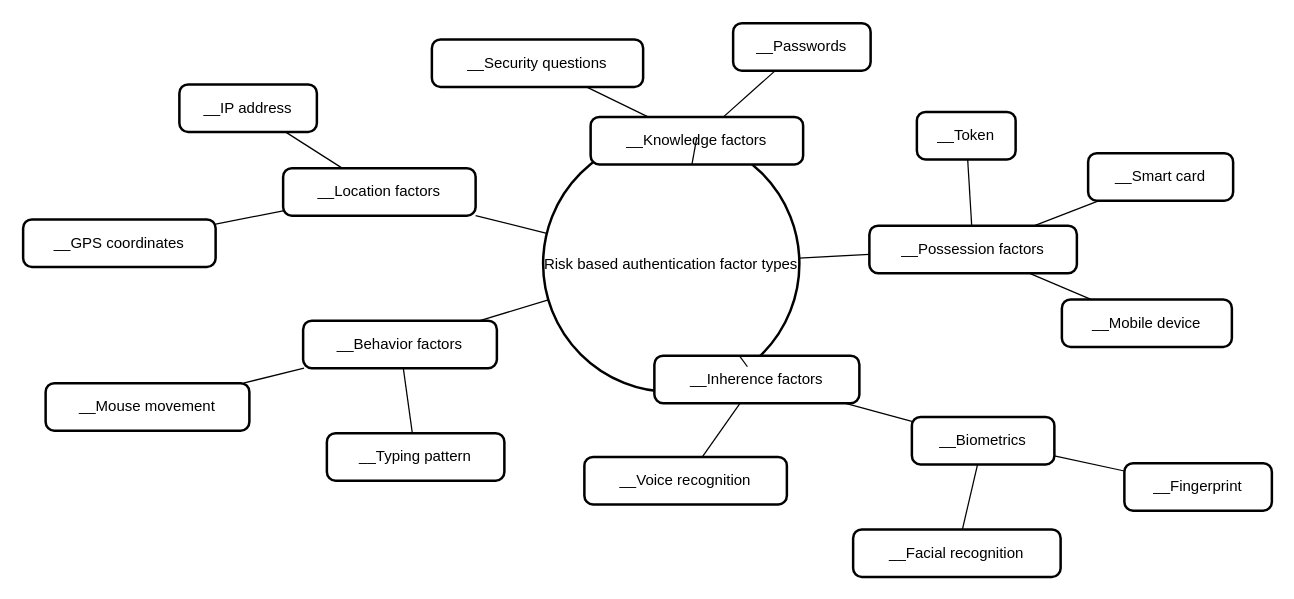
The draw.io diagram AthenticationFactors.drawio in James-Tye/james-tye, before the edit. Source tidied: cells renumbered, new cells numbered last; positions are measured from the earlier drawing's top-left corner, leaving out a move shared by most shapes. Both pictures are drawn from the tidied source at 125%, with x=0, y=0 at pixel (22, 22).
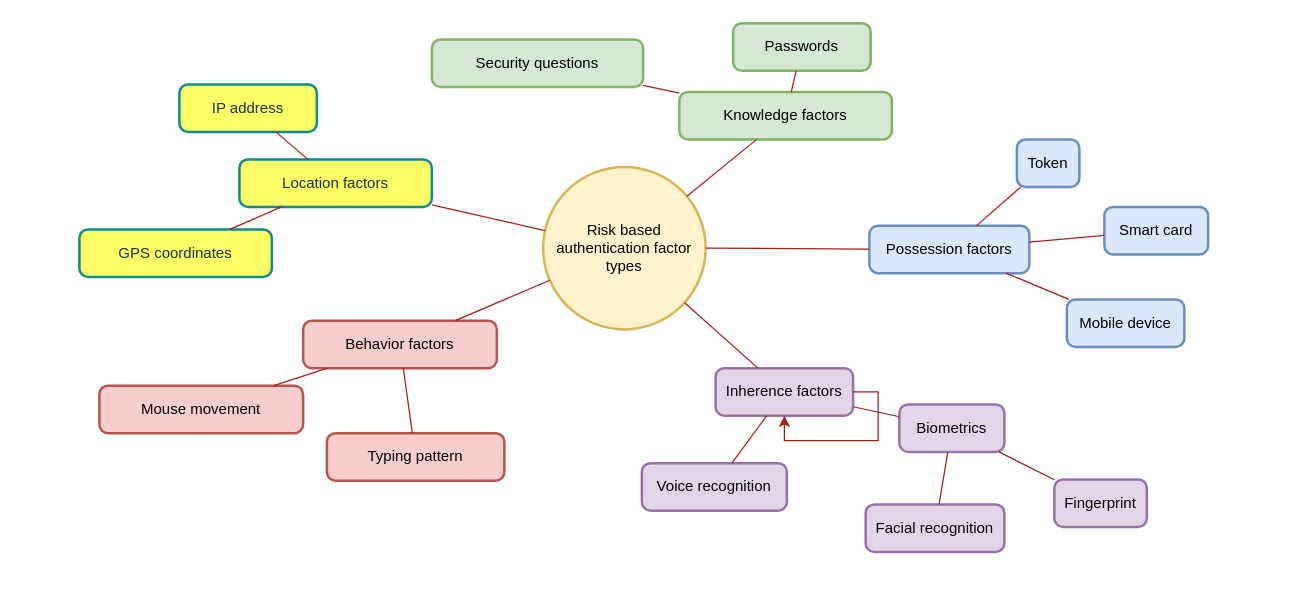
The same page after the edit.

What changed in the source:
```diff
@@
-    <mxCell id="2" value="Risk based authentication factor types" style="ellipse;strokeWidth=2;whiteSpace=wrap;" parent="1" vertex="1">
-      <mxGeometry x="416" y="90" width="205" height="205" as="geometry" />
+    <mxCell id="2" value="Risk based authentication factor types" style="ellipse;strokeWidth=2;whiteSpace=wrap;labelBackgroundColor=none;fillColor=#fff2cc;strokeColor=#d6b656;" parent="1" vertex="1">
+      <mxGeometry x="416" y="115" width="130" height="130" as="geometry" />
     </mxCell>
-    <mxCell id="3" value="__Knowledge factors" style="rounded=1;absoluteArcSize=1;arcSize=14;whiteSpace=wrap;strokeWidth=2;" parent="1" vertex="1">
-      <mxGeometry x="454" y="75" width="170" height="38" as="geometry" />
+    <mxCell id="3" value="Knowledge factors" style="rounded=1;absoluteArcSize=1;arcSize=14;whiteSpace=wrap;strokeWidth=2;labelBackgroundColor=none;fillColor=#d5e8d4;strokeColor=#82b366;" parent="1" vertex="1">
+      <mxGeometry x="525" y="55" width="170" height="38" as="geometry" />
     </mxCell>
-    <mxCell id="4" value="__Passwords" style="rounded=1;absoluteArcSize=1;arcSize=14;whiteSpace=wrap;strokeWidth=2;" parent="1" vertex="1">
+    <mxCell id="4" value="Passwords" style="rounded=1;absoluteArcSize=1;arcSize=14;whiteSpace=wrap;strokeWidth=2;labelBackgroundColor=none;fillColor=#d5e8d4;strokeColor=#82b366;" parent="1" vertex="1">
       <mxGeometry x="568" width="110" height="38" as="geometry" />
     </mxCell>
-    <mxCell id="5" value="__Security questions" style="rounded=1;absoluteArcSize=1;arcSize=14;whiteSpace=wrap;strokeWidth=2;" parent="1" vertex="1">
+    <mxCell id="5" value="Security questions" style="rounded=1;absoluteArcSize=1;arcSize=14;whiteSpace=wrap;strokeWidth=2;labelBackgroundColor=none;fillColor=#d5e8d4;strokeColor=#82b366;" parent="1" vertex="1">
       <mxGeometry x="327" y="13" width="169" height="38" as="geometry" />
     </mxCell>
-    <mxCell id="6" value="__Possession factors" style="rounded=1;absoluteArcSize=1;arcSize=14;whiteSpace=wrap;strokeWidth=2;" parent="1" vertex="1">
-      <mxGeometry x="677" y="162" width="166" height="38" as="geometry" />
+    <mxCell id="6" value="Possession factors" style="rounded=1;absoluteArcSize=1;arcSize=14;whiteSpace=wrap;strokeWidth=2;labelBackgroundColor=none;fillColor=#dae8fc;strokeColor=#6c8ebf;" parent="1" vertex="1">
+      <mxGeometry x="677" y="162" width="128" height="38" as="geometry" />
     </mxCell>
-    <mxCell id="7" value="__Smart card" style="rounded=1;absoluteArcSize=1;arcSize=14;whiteSpace=wrap;strokeWidth=2;" parent="1" vertex="1">
-      <mxGeometry x="852" y="104" width="116" height="38" as="geometry" />
+    <mxCell id="7" value="Smart card" style="rounded=1;absoluteArcSize=1;arcSize=14;whiteSpace=wrap;strokeWidth=2;labelBackgroundColor=none;fillColor=#dae8fc;strokeColor=#6c8ebf;" parent="1" vertex="1">
+      <mxGeometry x="865" y="147" width="83" height="38" as="geometry" />
     </mxCell>
-    <mxCell id="8" value="__Token" style="rounded=1;absoluteArcSize=1;arcSize=14;whiteSpace=wrap;strokeWidth=2;" parent="1" vertex="1">
-      <mxGeometry x="715" y="71" width="79" height="38" as="geometry" />
+    <mxCell id="8" value="Token" style="rounded=1;absoluteArcSize=1;arcSize=14;whiteSpace=wrap;strokeWidth=2;labelBackgroundColor=none;fillColor=#dae8fc;strokeColor=#6c8ebf;" parent="1" vertex="1">
+      <mxGeometry x="795" y="93" width="50" height="38" as="geometry" />
     </mxCell>
-    <mxCell id="9" value="__Mobile device" style="rounded=1;absoluteArcSize=1;arcSize=14;whiteSpace=wrap;strokeWidth=2;" parent="1" vertex="1">
-      <mxGeometry x="831" y="221" width="136" height="38" as="geometry" />
+    <mxCell id="9" value="Mobile device" style="rounded=1;absoluteArcSize=1;arcSize=14;whiteSpace=wrap;strokeWidth=2;labelBackgroundColor=none;fillColor=#dae8fc;strokeColor=#6c8ebf;" parent="1" vertex="1">
+      <mxGeometry x="835" y="221" width="94" height="38" as="geometry" />
     </mxCell>
-    <mxCell id="10" value="__Inherence factors" style="rounded=1;absoluteArcSize=1;arcSize=14;whiteSpace=wrap;strokeWidth=2;" parent="1" vertex="1">
-      <mxGeometry x="505" y="266" width="164" height="38" as="geometry" />
+    <mxCell id="10" value="Inherence factors" style="rounded=1;absoluteArcSize=1;arcSize=14;whiteSpace=wrap;strokeWidth=2;labelBackgroundColor=none;fillColor=#e1d5e7;strokeColor=#9673a6;" parent="1" vertex="1">
+      <mxGeometry x="554" y="276" width="110" height="38" as="geometry" />
     </mxCell>
-    <mxCell id="11" value="__Biometrics" style="rounded=1;absoluteArcSize=1;arcSize=14;whiteSpace=wrap;strokeWidth=2;" parent="1" vertex="1">
-      <mxGeometry x="711" y="315" width="114" height="38" as="geometry" />
+    <mxCell id="11" value="Biometrics" style="rounded=1;absoluteArcSize=1;arcSize=14;whiteSpace=wrap;strokeWidth=2;labelBackgroundColor=none;fillColor=#e1d5e7;strokeColor=#9673a6;" parent="1" vertex="1">
+      <mxGeometry x="701" y="305" width="84" height="38" as="geometry" />
     </mxCell>
-    <mxCell id="12" value="__Fingerprint" style="rounded=1;absoluteArcSize=1;arcSize=14;whiteSpace=wrap;strokeWidth=2;" parent="1" vertex="1">
-      <mxGeometry x="881" y="352" width="118" height="38" as="geometry" />
+    <mxCell id="12" value="Fingerprint" style="rounded=1;absoluteArcSize=1;arcSize=14;whiteSpace=wrap;strokeWidth=2;labelBackgroundColor=none;fillColor=#e1d5e7;strokeColor=#9673a6;" parent="1" vertex="1">
+      <mxGeometry x="825" y="365" width="74" height="38" as="geometry" />
     </mxCell>
-    <mxCell id="13" value="__Facial recognition" style="rounded=1;absoluteArcSize=1;arcSize=14;whiteSpace=wrap;strokeWidth=2;" parent="1" vertex="1">
-      <mxGeometry x="664" y="405" width="166" height="38" as="geometry" />
+    <mxCell id="13" value="Facial recognition" style="rounded=1;absoluteArcSize=1;arcSize=14;whiteSpace=wrap;strokeWidth=2;labelBackgroundColor=none;fillColor=#e1d5e7;strokeColor=#9673a6;" parent="1" vertex="1">
+      <mxGeometry x="674" y="385" width="111" height="38" as="geometry" />
     </mxCell>
-    <mxCell id="14" value="__Voice recognition" style="rounded=1;absoluteArcSize=1;arcSize=14;whiteSpace=wrap;strokeWidth=2;" parent="1" vertex="1">
-      <mxGeometry x="449" y="347" width="162" height="38" as="geometry" />
+    <mxCell id="14" value="Voice recognition" style="rounded=1;absoluteArcSize=1;arcSize=14;whiteSpace=wrap;strokeWidth=2;labelBackgroundColor=none;fillColor=#e1d5e7;strokeColor=#9673a6;" parent="1" vertex="1">
+      <mxGeometry x="495" y="352" width="116" height="38" as="geometry" />
     </mxCell>
-    <mxCell id="15" value="__Location factors" style="rounded=1;absoluteArcSize=1;arcSize=14;whiteSpace=wrap;strokeWidth=2;" parent="1" vertex="1">
-      <mxGeometry x="208" y="116" width="154" height="38" as="geometry" />
+    <mxCell id="15" value="Location factors" style="rounded=1;absoluteArcSize=1;arcSize=14;whiteSpace=wrap;strokeWidth=2;labelBackgroundColor=none;fillColor=#FFFF66;strokeColor=#0F8B8D;fontColor=#143642;" parent="1" vertex="1">
+      <mxGeometry x="173" y="109" width="154" height="38" as="geometry" />
     </mxCell>
-    <mxCell id="16" value="__GPS coordinates" style="rounded=1;absoluteArcSize=1;arcSize=14;whiteSpace=wrap;strokeWidth=2;" parent="1" vertex="1">
-      <mxGeometry y="157" width="154" height="38" as="geometry" />
+    <mxCell id="16" value="GPS coordinates" style="rounded=1;absoluteArcSize=1;arcSize=14;whiteSpace=wrap;strokeWidth=2;labelBackgroundColor=none;fillColor=#FFFF66;strokeColor=#0F8B8D;fontColor=#143642;" parent="1" vertex="1">
+      <mxGeometry x="45" y="165" width="154" height="38" as="geometry" />
     </mxCell>
-    <mxCell id="17" value="__IP address" style="rounded=1;absoluteArcSize=1;arcSize=14;whiteSpace=wrap;strokeWidth=2;" parent="1" vertex="1">
+    <mxCell id="17" value="IP address" style="rounded=1;absoluteArcSize=1;arcSize=14;whiteSpace=wrap;strokeWidth=2;labelBackgroundColor=none;fillColor=#FFFF66;strokeColor=#0F8B8D;fontColor=#143642;" parent="1" vertex="1">
       <mxGeometry x="125" y="49" width="110" height="38" as="geometry" />
     </mxCell>
-    <mxCell id="18" value="__Behavior factors" style="rounded=1;absoluteArcSize=1;arcSize=14;whiteSpace=wrap;strokeWidth=2;" parent="1" vertex="1">
+    <mxCell id="18" value="Behavior factors" style="rounded=1;absoluteArcSize=1;arcSize=14;whiteSpace=wrap;strokeWidth=2;labelBackgroundColor=none;fillColor=#f8cecc;strokeColor=#b85450;" parent="1" vertex="1">
       <mxGeometry x="224" y="238" width="155" height="38" as="geometry" />
     </mxCell>
-    <mxCell id="19" value="__Typing pattern" style="rounded=1;absoluteArcSize=1;arcSize=14;whiteSpace=wrap;strokeWidth=2;" parent="1" vertex="1">
+    <mxCell id="19" value="Typing pattern" style="rounded=1;absoluteArcSize=1;arcSize=14;whiteSpace=wrap;strokeWidth=2;labelBackgroundColor=none;fillColor=#f8cecc;strokeColor=#b85450;" parent="1" vertex="1">
       <mxGeometry x="243" y="328" width="142" height="38" as="geometry" />
     </mxCell>
-    <mxCell id="20" value="__Mouse movement" style="rounded=1;absoluteArcSize=1;arcSize=14;whiteSpace=wrap;strokeWidth=2;" parent="1" vertex="1">
-      <mxGeometry x="18" y="288" width="163" height="38" as="geometry" />
+    <mxCell id="20" value="Mouse movement" style="rounded=1;absoluteArcSize=1;arcSize=14;whiteSpace=wrap;strokeWidth=2;labelBackgroundColor=none;fillColor=#f8cecc;strokeColor=#b85450;" parent="1" vertex="1">
+      <mxGeometry x="61" y="290" width="163" height="38" as="geometry" />
     </mxCell>
-    <mxCell id="21" style="endArrow=none;" parent="1" edge="1" source="2" target="3">
+    <mxCell id="21" style="endArrow=none;labelBackgroundColor=none;strokeColor=#A8201A;fontColor=default;" parent="1" edge="1" source="2" target="3">
       <mxGeometry relative="1" as="geometry" />
     </mxCell>
-    <mxCell id="22" style="endArrow=none;" parent="1" edge="1" source="2" target="6">
+    <mxCell id="22" style="endArrow=none;labelBackgroundColor=none;strokeColor=#A8201A;fontColor=default;" parent="1" edge="1" source="2" target="6">
       <mxGeometry relative="1" as="geometry" />
     </mxCell>
-    <mxCell id="23" style="endArrow=none;" parent="1" edge="1" source="2" target="10">
+    <mxCell id="23" style="endArrow=none;labelBackgroundColor=none;strokeColor=#A8201A;fontColor=default;" parent="1" edge="1" source="2" target="10">
       <mxGeometry relative="1" as="geometry" />
     </mxCell>
-    <mxCell id="24" style="endArrow=none;" parent="1" edge="1" source="2" target="15">
+    <mxCell id="24" style="endArrow=none;labelBackgroundColor=none;strokeColor=#A8201A;fontColor=default;" parent="1" edge="1" source="2" target="15">
       <mxGeometry relative="1" as="geometry" />
     </mxCell>
-    <mxCell id="25" style="endArrow=none;" parent="1" edge="1" source="2" target="18">
+    <mxCell id="25" style="endArrow=none;labelBackgroundColor=none;strokeColor=#A8201A;fontColor=default;" parent="1" edge="1" source="2" target="18">
       <mxGeometry relative="1" as="geometry" />
     </mxCell>
-    <mxCell id="26" style="endArrow=none;" parent="1" edge="1" source="3" target="4">
+    <mxCell id="26" style="endArrow=none;labelBackgroundColor=none;strokeColor=#A8201A;fontColor=default;" parent="1" edge="1" source="3" target="4">
       <mxGeometry relative="1" as="geometry" />
     </mxCell>
-    <mxCell id="27" style="endArrow=none;" parent="1" edge="1" source="3" target="5">
+    <mxCell id="27" style="endArrow=none;labelBackgroundColor=none;strokeColor=#A8201A;fontColor=default;" parent="1" edge="1" source="3" target="5">
       <mxGeometry relative="1" as="geometry" />
     </mxCell>
-    <mxCell id="28" style="endArrow=none;" parent="1" edge="1" source="6" target="7">
+    <mxCell id="28" style="endArrow=none;labelBackgroundColor=none;strokeColor=#A8201A;fontColor=default;" parent="1" edge="1" source="6" target="7">
       <mxGeometry relative="1" as="geometry" />
     </mxCell>
-    <mxCell id="29" style="endArrow=none;" parent="1" edge="1" source="6" target="8">
+    <mxCell id="29" style="endArrow=none;labelBackgroundColor=none;strokeColor=#A8201A;fontColor=default;" parent="1" edge="1" source="6" target="8">
       <mxGeometry relative="1" as="geometry" />
     </mxCell>
-    <mxCell id="30" style="endArrow=none;" parent="1" edge="1" source="6" target="9">
+    <mxCell id="30" style="endArrow=none;labelBackgroundColor=none;strokeColor=#A8201A;fontColor=default;" parent="1" edge="1" source="6" target="9">
       <mxGeometry relative="1" as="geometry" />
     </mxCell>
-    <mxCell id="31" style="endArrow=none;" parent="1" edge="1" source="10" target="11">
+    <mxCell id="31" style="endArrow=none;labelBackgroundColor=none;strokeColor=#A8201A;fontColor=default;" parent="1" edge="1" source="10" target="11">
       <mxGeometry relative="1" as="geometry" />
     </mxCell>
-    <mxCell id="32" style="endArrow=none;" parent="1" edge="1" source="10" target="14">
+    <mxCell id="32" style="endArrow=none;labelBackgroundColor=none;strokeColor=#A8201A;fontColor=default;" parent="1" edge="1" source="10" target="14">
       <mxGeometry relative="1" as="geometry" />
     </mxCell>
-    <mxCell id="33" style="endArrow=none;" parent="1" edge="1" source="11" target="12">
+    <mxCell id="33" style="endArrow=none;labelBackgroundColor=none;strokeColor=#A8201A;fontColor=default;" parent="1" edge="1" source="11" target="12">
       <mxGeometry relative="1" as="geometry" />
     </mxCell>
-    <mxCell id="34" style="endArrow=none;" parent="1" edge="1" source="11" target="13">
+    <mxCell id="34" style="endArrow=none;labelBackgroundColor=none;strokeColor=#A8201A;fontColor=default;" parent="1" edge="1" source="11" target="13">
       <mxGeometry relative="1" as="geometry" />
     </mxCell>
-    <mxCell id="35" style="endArrow=none;" parent="1" edge="1" source="15" target="16">
+    <mxCell id="35" style="endArrow=none;labelBackgroundColor=none;strokeColor=#A8201A;fontColor=default;" parent="1" edge="1" source="15" target="16">
       <mxGeometry relative="1" as="geometry" />
     </mxCell>
-    <mxCell id="36" style="endArrow=none;" parent="1" edge="1" source="15" target="17">
+    <mxCell id="36" style="endArrow=none;labelBackgroundColor=none;strokeColor=#A8201A;fontColor=default;" parent="1" edge="1" source="15" target="17">
       <mxGeometry relative="1" as="geometry" />
     </mxCell>
-    <mxCell id="37" style="endArrow=none;" parent="1" edge="1" source="18" target="19">
+    <mxCell id="37" style="endArrow=none;labelBackgroundColor=none;strokeColor=#A8201A;fontColor=default;" parent="1" edge="1" source="18" target="19">
       <mxGeometry relative="1" as="geometry" />
     </mxCell>
-    <mxCell id="38" style="endArrow=none;" parent="1" edge="1" source="18" target="20">
+    <mxCell id="38" style="endArrow=none;labelBackgroundColor=none;strokeColor=#A8201A;fontColor=default;" parent="1" edge="1" source="18" target="20">
       <mxGeometry relative="1" as="geometry" />
     </mxCell>
+    <mxCell id="39" style="edgeStyle=orthogonalEdgeStyle;rounded=0;orthogonalLoop=1;jettySize=auto;html=1;exitX=1;exitY=0.5;exitDx=0;exitDy=0;strokeColor=#A8201A;fontColor=#143642;fillColor=#FAE5C7;" parent="1" edge="1" source="10" target="10">
+      <mxGeometry relative="1" as="geometry" />
+    </mxCell>
```
